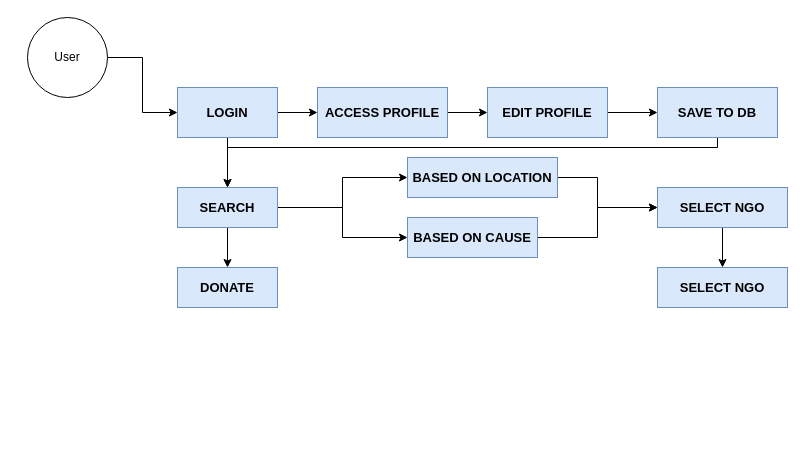
Before: page "user-login" (1 of 6) of block_diagram.drawio in ankanr/fundee, a draw.io diagram. Source tidied: cells renumbered, new cells numbered last; positions are measured from the earlier drawing's top-left corner, leaving out a move shared by most shapes. Both pictures are drawn from the tidied source at 100%, with x=0, y=0 at pixel (27, 17).
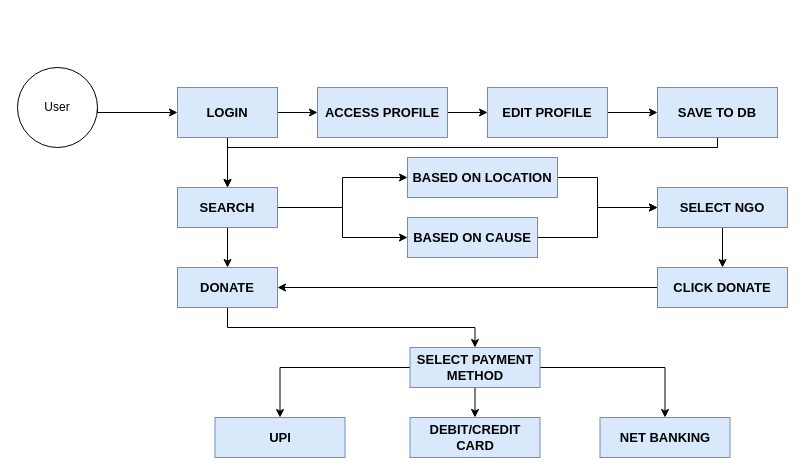
After the change.

Unchanged cells that the change refers to:
```xml
<mxCell id="4" value="&lt;font style=&quot;font-size: 13px&quot;&gt;&lt;b&gt;LOGIN&lt;/b&gt;&lt;/font&gt;" style="rounded=0;whiteSpace=wrap;html=1;fillColor=#dae8fc;strokeColor=#6c8ebf;" parent="1" vertex="1">
  <mxGeometry x="150" y="70" width="100" height="50" as="geometry" />
</mxCell>
<mxCell id="11" value="&lt;b&gt;&lt;font style=&quot;font-size: 13px&quot;&gt;DONATE&lt;/font&gt;&lt;/b&gt;" style="rounded=0;whiteSpace=wrap;html=1;fillColor=#dae8fc;strokeColor=#6c8ebf;" parent="1" vertex="1">
  <mxGeometry x="150" y="250" width="100" height="40" as="geometry" />
</mxCell>
```

Change to the diagram source:
```diff
@@
     <mxCell id="5" style="edgeStyle=orthogonalEdgeStyle;rounded=0;jettySize=auto;html=1;exitX=0.5;exitY=0;exitDx=0;exitDy=0;entryX=0;entryY=0.5;entryDx=0;entryDy=0;" parent="1" edge="1" source="6" target="4">
-      <mxGeometry relative="1" as="geometry" />
+      <mxGeometry relative="1" as="geometry">
+        <Array as="points">
+          <mxPoint x="70" y="95" />
+        </Array>
+      </mxGeometry>
     </mxCell>
     <mxCell id="6" value="User" style="ellipse;whiteSpace=wrap;html=1;direction=south;" parent="1" vertex="1">
-      <mxGeometry width="80" height="80" as="geometry" />
+      <mxGeometry x="-10" y="50" width="80" height="80" as="geometry" />
     </mxCell>
@@
+    <mxCell id="25" style="edgeStyle=orthogonalEdgeStyle;rounded=0;jettySize=auto;html=1;exitX=0.5;exitY=1;exitDx=0;exitDy=0;entryX=0.5;entryY=0;entryDx=0;entryDy=0;" parent="1" edge="1" source="11" target="30">
+      <mxGeometry relative="1" as="geometry" />
+    </mxCell>
@@
+    <mxCell id="26" style="edgeStyle=orthogonalEdgeStyle;rounded=0;jettySize=auto;html=1;exitX=0;exitY=0.5;exitDx=0;exitDy=0;entryX=1;entryY=0.5;entryDx=0;entryDy=0;" parent="1" edge="1" source="24" target="11">
+      <mxGeometry relative="1" as="geometry" />
+    </mxCell>
-    <mxCell id="24" value="SELECT NGO" style="rounded=0;whiteSpace=wrap;html=1;fontSize=13;fontStyle=1;fillColor=#dae8fc;strokeColor=#6c8ebf;" parent="1" vertex="1">
+    <mxCell id="24" value="CLICK DONATE" style="rounded=0;whiteSpace=wrap;html=1;fontSize=13;fontStyle=1;fillColor=#dae8fc;strokeColor=#6c8ebf;" parent="1" vertex="1">
       <mxGeometry x="630" y="250" width="130" height="40" as="geometry" />
     </mxCell>
+    <mxCell id="27" style="edgeStyle=orthogonalEdgeStyle;rounded=0;jettySize=auto;html=1;entryX=0.5;entryY=0;entryDx=0;entryDy=0;" parent="1" edge="1" source="30" target="31">
+      <mxGeometry relative="1" as="geometry" />
+    </mxCell>
+    <mxCell id="28" style="edgeStyle=orthogonalEdgeStyle;rounded=0;jettySize=auto;html=1;exitX=0.5;exitY=1;exitDx=0;exitDy=0;entryX=0.5;entryY=0;entryDx=0;entryDy=0;" parent="1" edge="1" source="30" target="32">
+      <mxGeometry relative="1" as="geometry" />
+    </mxCell>
+    <mxCell id="29" style="edgeStyle=orthogonalEdgeStyle;rounded=0;jettySize=auto;html=1;exitX=1;exitY=0.5;exitDx=0;exitDy=0;entryX=0.5;entryY=0;entryDx=0;entryDy=0;" parent="1" edge="1" source="30" target="33">
+      <mxGeometry relative="1" as="geometry" />
+    </mxCell>
+    <mxCell id="30" value="SELECT PAYMENT METHOD" style="rounded=0;whiteSpace=wrap;html=1;fontSize=13;fontStyle=1;fillColor=#dae8fc;strokeColor=#6c8ebf;" parent="1" vertex="1">
+      <mxGeometry x="382.5" y="330" width="130" height="40" as="geometry" />
+    </mxCell>
+    <mxCell id="31" value="UPI" style="rounded=0;whiteSpace=wrap;html=1;fontSize=13;fontStyle=1;fillColor=#dae8fc;strokeColor=#6c8ebf;" parent="1" vertex="1">
+      <mxGeometry x="187.5" y="400" width="130" height="40" as="geometry" />
+    </mxCell>
+    <mxCell id="32" value="DEBIT/CREDIT CARD" style="rounded=0;whiteSpace=wrap;html=1;fontSize=13;fontStyle=1;fillColor=#dae8fc;strokeColor=#6c8ebf;" parent="1" vertex="1">
+      <mxGeometry x="382.5" y="400" width="130" height="40" as="geometry" />
+    </mxCell>
+    <mxCell id="33" value="NET BANKING" style="rounded=0;whiteSpace=wrap;html=1;fontSize=13;fontStyle=1;fillColor=#dae8fc;strokeColor=#6c8ebf;" parent="1" vertex="1">
+      <mxGeometry x="572.5" y="400" width="130" height="40" as="geometry" />
+    </mxCell>
```
